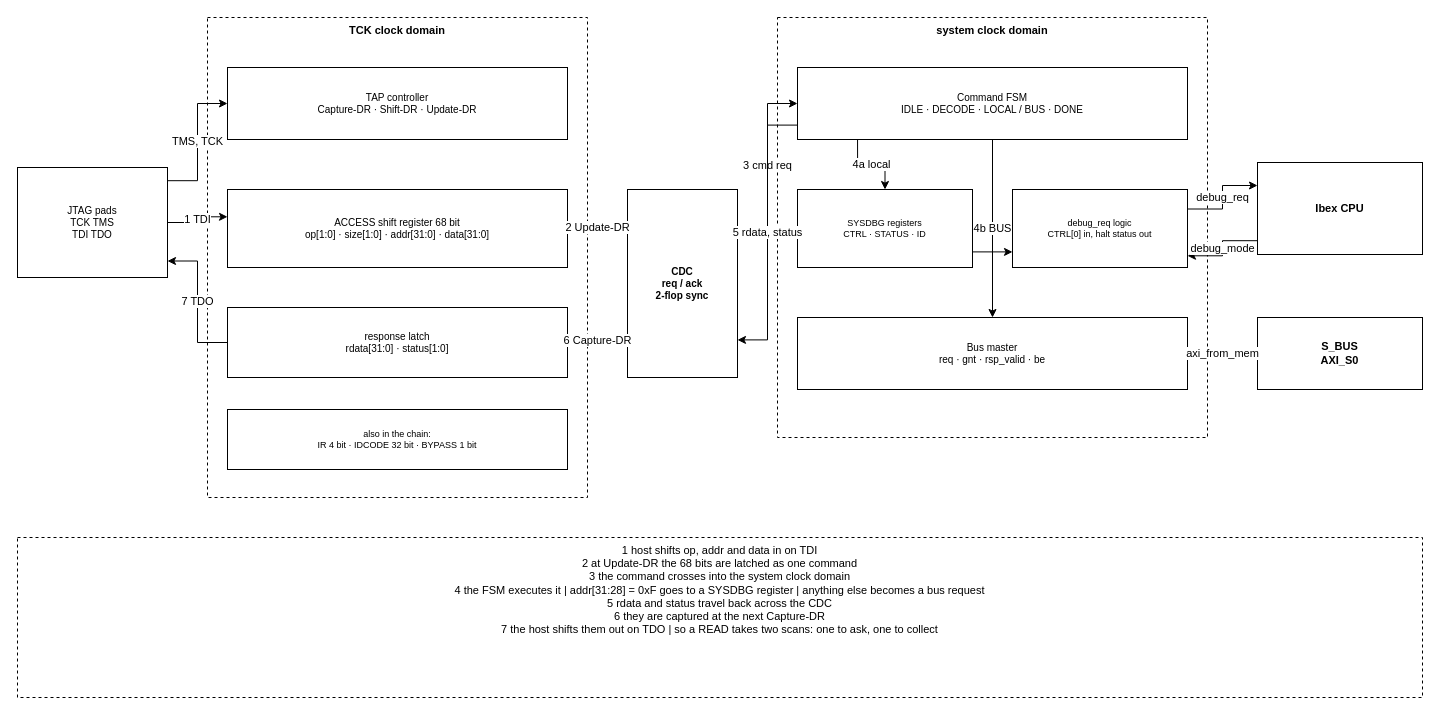
This is page "SYSDBG internal structure" (1 of 5) of doc/drawio/QNSC_SYSDBG_Design.drawio from quynhonsemiconductor/vlsi_deep_training, a draw.io file, before an edit. Source tidied: cells renumbered, new cells numbered last; positions are measured from the earlier drawing's top-left corner, leaving out a move shared by most shapes. Both pictures are drawn from the tidied source at 100%, with x=0, y=0 at pixel (17, 17).
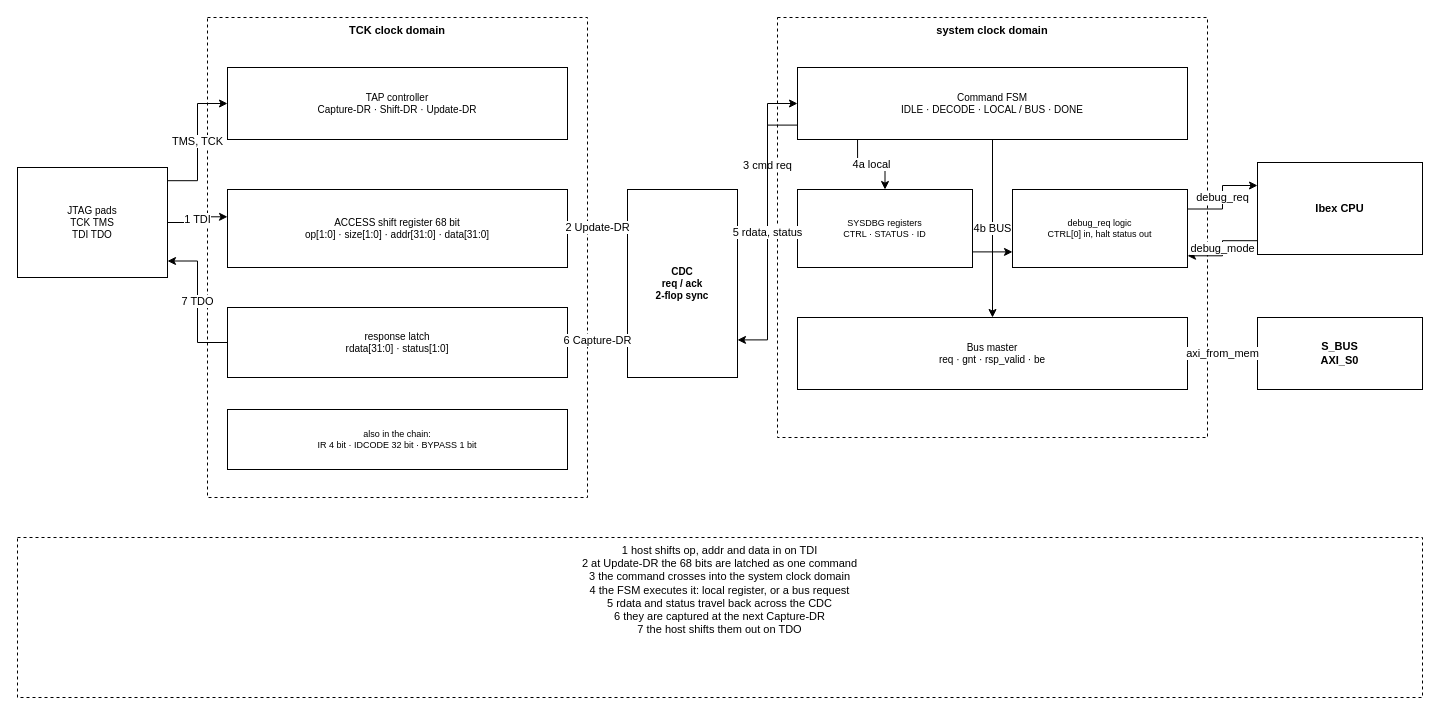
Above is the later version.

The edit, as a diff of the source:
```diff
@@
-    <mxCell id="16" value="1  host shifts op, addr and data in on TDI&#10;2  at Update-DR the 68 bits are latched as one command&#10;3  the command crosses into the system clock domain&#10;4  the FSM executes it  |  addr[31:28] = 0xF goes to a SYSDBG register  |  anything else becomes a bus request&#10;5  rdata and status travel back across the CDC&#10;6  they are captured at the next Capture-DR&#10;7  the host shifts them out on TDO  |  so a READ takes two scans: one to ask, one to collect" style="rounded=0;whiteSpace=wrap;html=1;fillColor=none;strokeColor=#000000;fontSize=11;dashed=1;verticalAlign=top;" parent="1" vertex="1">
+    <mxCell id="16" value="1  host shifts op, addr and data in on TDI&#10;2  at Update-DR the 68 bits are latched as one command&#10;3  the command crosses into the system clock domain&#10;4  the FSM executes it: local register, or a bus request&#10;5  rdata and status travel back across the CDC&#10;6  they are captured at the next Capture-DR&#10;7  the host shifts them out on TDO" style="rounded=0;whiteSpace=wrap;html=1;fillColor=none;strokeColor=#000000;fontSize=11;dashed=1;verticalAlign=top;" parent="1" vertex="1">
       <mxGeometry y="520" width="1405" height="160" as="geometry" />
     </mxCell>
```
